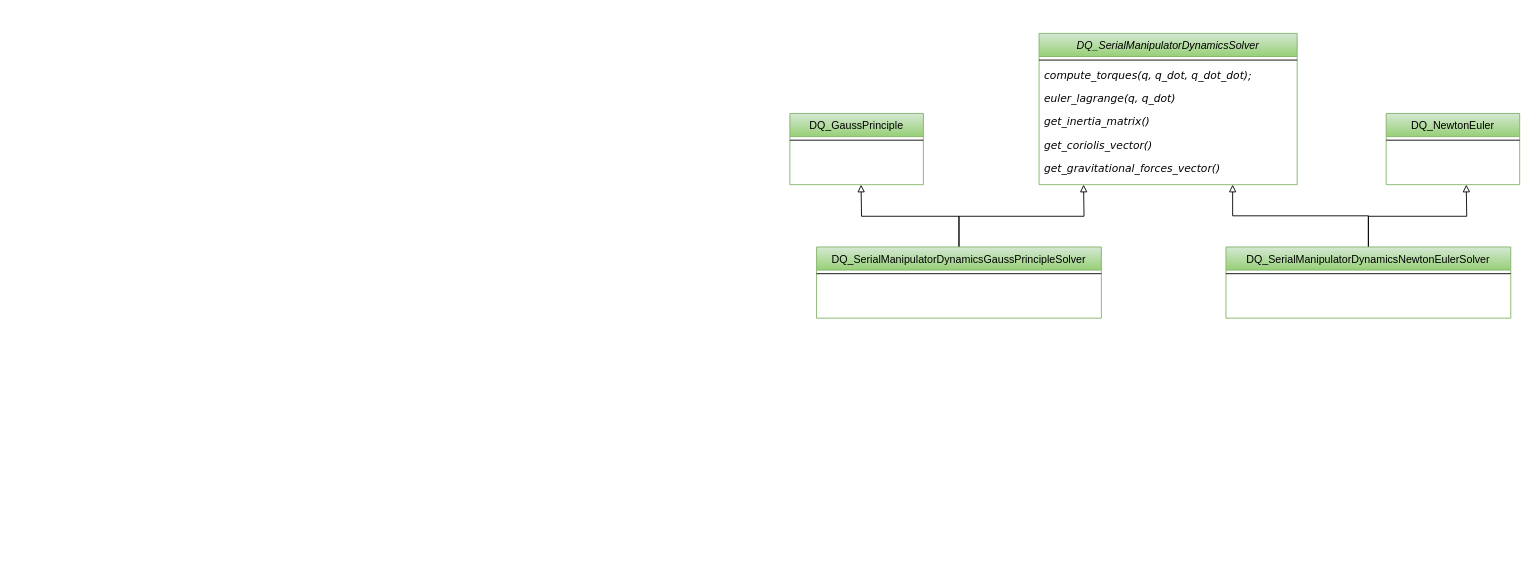
juanjqo/draw_io_diagrams_test keeps this draw.io diagram as DQ_Dynamics.drawio. Above is the earlier version. Source tidied: cells renumbered, new cells numbered last; positions are measured from the earlier drawing's top-left corner, leaving out a move shared by most shapes. Both pictures are drawn from the tidied source at 89%, with x=0, y=0 at pixel (789, 33).
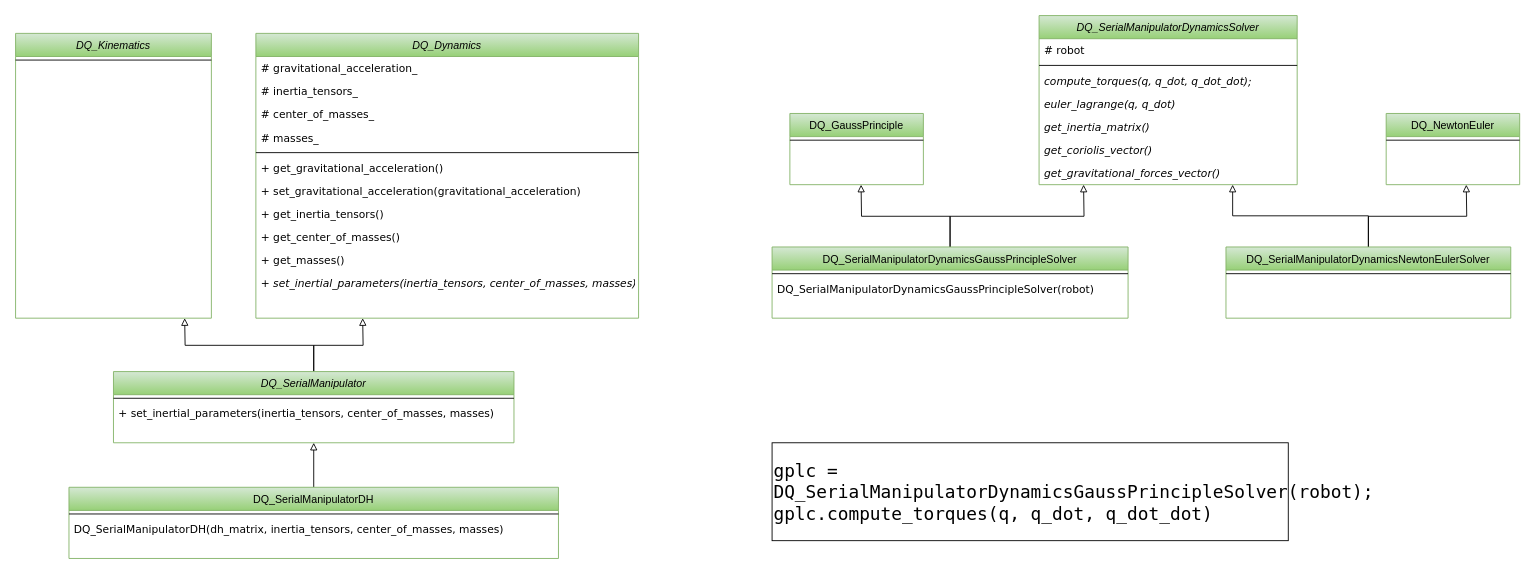
Above is the later version.

What changed in the source:
```diff
@@
     <mxCell id="2" value="DQ_SerialManipulatorDynamicsSolver" style="swimlane;fontStyle=2;align=center;verticalAlign=top;horizontal=1;startSize=26;rounded=0;shadow=0;strokeWidth=1;fillColor=#d5e8d4;gradientColor=#97d077;strokeColor=#82b366;" parent="1" vertex="1">
-      <mxGeometry x="280" width="290" height="170" as="geometry" />
+      <mxGeometry x="280" y="-20" width="290" height="190" as="geometry" />
     </mxCell>
+    <mxCell id="21" value="# robot" style="text;align=left;verticalAlign=top;spacingLeft=4;spacingRight=4;overflow=hidden;fontFamily=Verdana;fontStyle=0;spacingTop=0;" parent="2" vertex="1">
+      <mxGeometry y="26" width="290" height="26" as="geometry" />
+    </mxCell>
     <mxCell id="3" style="line;html=1;strokeWidth=1;align=left;verticalAlign=middle;spacingTop=-1;spacingLeft=3;spacingRight=3;labelPosition=right;" parent="2" vertex="1">
-      <mxGeometry y="26" width="290" height="8" as="geometry" />
+      <mxGeometry y="52" width="290" height="8" as="geometry" />
     </mxCell>
     <mxCell id="4" value="compute_torques(q, q_dot, q_dot_dot); &#10;" style="text;align=left;verticalAlign=top;spacingLeft=4;spacingRight=4;overflow=hidden;fontFamily=Verdana;fontStyle=2;spacingTop=0;" parent="2" vertex="1">
-      <mxGeometry y="34" width="290" height="26" as="geometry" />
+      <mxGeometry y="60" width="290" height="26" as="geometry" />
     </mxCell>
     <mxCell id="5" value="euler_lagrange(q, q_dot)" style="text;align=left;verticalAlign=top;spacingLeft=4;spacingRight=4;overflow=hidden;fontFamily=Verdana;fontStyle=2;spacingTop=0;" parent="2" vertex="1">
-      <mxGeometry y="60" width="290" height="26" as="geometry" />
+      <mxGeometry y="86" width="290" height="26" as="geometry" />
     </mxCell>
     <mxCell id="6" value="get_inertia_matrix()" style="text;align=left;verticalAlign=top;spacingLeft=4;spacingRight=4;overflow=hidden;fontFamily=Verdana;fontStyle=2;spacingTop=0;" parent="2" vertex="1">
-      <mxGeometry y="86" width="290" height="26" as="geometry" />
+      <mxGeometry y="112" width="290" height="26" as="geometry" />
     </mxCell>
     <mxCell id="7" value="get_coriolis_vector()" style="text;align=left;verticalAlign=top;spacingLeft=4;spacingRight=4;overflow=hidden;fontFamily=Verdana;fontStyle=2;spacingTop=0;" parent="2" vertex="1">
-      <mxGeometry y="112" width="290" height="26" as="geometry" />
+      <mxGeometry y="138" width="290" height="26" as="geometry" />
     </mxCell>
     <mxCell id="8" value="get_gravitational_forces_vector()" style="text;align=left;verticalAlign=top;spacingLeft=4;spacingRight=4;overflow=hidden;fontFamily=Verdana;fontStyle=2;spacingTop=0;" parent="2" vertex="1">
-      <mxGeometry y="138" width="290" height="26" as="geometry" />
+      <mxGeometry y="164" width="290" height="26" as="geometry" />
     </mxCell>
@@
     <mxCell id="11" value="DQ_SerialManipulatorDynamicsGaussPrincipleSolver" style="swimlane;fontStyle=0;align=center;verticalAlign=top;horizontal=1;startSize=26;rounded=0;shadow=0;strokeWidth=1;fillColor=#d5e8d4;gradientColor=#97d077;strokeColor=#82b366;" parent="1" vertex="1">
-      <mxGeometry x="30" y="240" width="320" height="80" as="geometry" />
+      <mxGeometry x="-20" y="240" width="400" height="80" as="geometry" />
     </mxCell>
     <mxCell id="12" style="line;html=1;strokeWidth=1;align=left;verticalAlign=middle;spacingTop=-1;spacingLeft=3;spacingRight=3;labelPosition=right;" parent="11" vertex="1">
-      <mxGeometry y="26" width="320" height="8" as="geometry" />
+      <mxGeometry y="26" width="400" height="8" as="geometry" />
     </mxCell>
+    <mxCell id="22" value="DQ_SerialManipulatorDynamicsGaussPrincipleSolver(robot)" style="text;align=left;verticalAlign=top;spacingLeft=4;spacingRight=4;overflow=hidden;fontFamily=Verdana;fontStyle=0;spacingTop=0;" parent="11" vertex="1">
+      <mxGeometry y="34" width="400" height="26" as="geometry" />
+    </mxCell>
@@
+    <mxCell id="23" value="DQ_Dynamics" style="swimlane;fontStyle=2;align=center;verticalAlign=top;horizontal=1;startSize=26;rounded=0;shadow=0;strokeWidth=1;fillColor=#d5e8d4;gradientColor=#97d077;strokeColor=#82b366;" parent="1" vertex="1">
+      <mxGeometry x="-600" width="430" height="320" as="geometry" />
+    </mxCell>
+    <mxCell id="24" value="# gravitational_acceleration_ " style="text;align=left;verticalAlign=top;spacingLeft=4;spacingRight=4;overflow=hidden;fontFamily=Verdana;fontStyle=0;spacingTop=0;" parent="23" vertex="1">
+      <mxGeometry y="26" width="430" height="26" as="geometry" />
+    </mxCell>
+    <mxCell id="25" value="# inertia_tensors_" style="text;align=left;verticalAlign=top;spacingLeft=4;spacingRight=4;overflow=hidden;fontFamily=Verdana;fontStyle=0;spacingTop=0;" parent="23" vertex="1">
+      <mxGeometry y="52" width="430" height="26" as="geometry" />
+    </mxCell>
+    <mxCell id="26" value="# center_of_masses_" style="text;align=left;verticalAlign=top;spacingLeft=4;spacingRight=4;overflow=hidden;fontFamily=Verdana;fontStyle=0;spacingTop=0;" parent="23" vertex="1">
+      <mxGeometry y="78" width="430" height="26" as="geometry" />
+    </mxCell>
+    <mxCell id="27" value="# masses_" style="text;align=left;verticalAlign=top;spacingLeft=4;spacingRight=4;overflow=hidden;fontFamily=Verdana;fontStyle=0;spacingTop=0;" parent="23" vertex="1">
+      <mxGeometry y="104" width="430" height="26" as="geometry" />
+    </mxCell>
+    <mxCell id="28" style="line;html=1;strokeWidth=1;align=left;verticalAlign=middle;spacingTop=-1;spacingLeft=3;spacingRight=3;labelPosition=right;" parent="23" vertex="1">
+      <mxGeometry y="130" width="430" height="8" as="geometry" />
+    </mxCell>
+    <mxCell id="29" value="+ get_gravitational_acceleration()" style="text;align=left;verticalAlign=top;spacingLeft=4;spacingRight=4;overflow=hidden;fontFamily=Verdana;fontStyle=0;spacingTop=0;" parent="23" vertex="1">
+      <mxGeometry y="138" width="430" height="26" as="geometry" />
+    </mxCell>
+    <mxCell id="30" value="+ set_gravitational_acceleration(gravitational_acceleration)" style="text;align=left;verticalAlign=top;spacingLeft=4;spacingRight=4;overflow=hidden;fontFamily=Verdana;fontStyle=0;spacingTop=0;" parent="23" vertex="1">
+      <mxGeometry y="164" width="430" height="26" as="geometry" />
+    </mxCell>
+    <mxCell id="31" value="+ get_inertia_tensors()" style="text;align=left;verticalAlign=top;spacingLeft=4;spacingRight=4;overflow=hidden;fontFamily=Verdana;fontStyle=0;spacingTop=0;" parent="23" vertex="1">
+      <mxGeometry y="190" width="430" height="26" as="geometry" />
+    </mxCell>
+    <mxCell id="32" value="+ get_center_of_masses()" style="text;align=left;verticalAlign=top;spacingLeft=4;spacingRight=4;overflow=hidden;fontFamily=Verdana;fontStyle=0;spacingTop=0;" parent="23" vertex="1">
+      <mxGeometry y="216" width="430" height="26" as="geometry" />
+    </mxCell>
+    <mxCell id="33" value="+ get_masses()" style="text;align=left;verticalAlign=top;spacingLeft=4;spacingRight=4;overflow=hidden;fontFamily=Verdana;fontStyle=0;spacingTop=0;" parent="23" vertex="1">
+      <mxGeometry y="242" width="430" height="26" as="geometry" />
+    </mxCell>
+    <mxCell id="34" value="+ set_inertial_parameters(inertia_tensors, center_of_masses, masses)" style="text;align=left;verticalAlign=top;spacingLeft=4;spacingRight=4;overflow=hidden;fontFamily=Verdana;fontStyle=2;spacingTop=0;" parent="23" vertex="1">
+      <mxGeometry y="268" width="430" height="26" as="geometry" />
+    </mxCell>
+    <mxCell id="35" value="DQ_Kinematics" style="swimlane;fontStyle=2;align=center;verticalAlign=top;horizontal=1;startSize=26;rounded=0;shadow=0;strokeWidth=1;fillColor=#d5e8d4;gradientColor=#97d077;strokeColor=#82b366;" parent="1" vertex="1">
+      <mxGeometry x="-870" width="220" height="320" as="geometry" />
+    </mxCell>
+    <mxCell id="36" style="line;html=1;strokeWidth=1;align=left;verticalAlign=middle;spacingTop=-1;spacingLeft=3;spacingRight=3;labelPosition=right;" parent="35" vertex="1">
+      <mxGeometry y="26" width="220" height="8" as="geometry" />
+    </mxCell>
+    <mxCell id="37" style="edgeStyle=orthogonalEdgeStyle;rounded=0;jettySize=auto;html=1;endArrow=block;endFill=0;" parent="1" edge="1" source="39">
+      <mxGeometry relative="1" as="geometry">
+        <mxPoint x="-480" y="320" as="targetPoint" />
+      </mxGeometry>
+    </mxCell>
+    <mxCell id="38" style="edgeStyle=orthogonalEdgeStyle;rounded=0;jettySize=auto;html=1;endArrow=block;endFill=0;" parent="1" edge="1" source="39">
+      <mxGeometry relative="1" as="geometry">
+        <mxPoint x="-680" y="320" as="targetPoint" />
+      </mxGeometry>
+    </mxCell>
+    <mxCell id="39" value="DQ_SerialManipulator" style="swimlane;fontStyle=2;align=center;verticalAlign=top;horizontal=1;startSize=26;rounded=0;shadow=0;strokeWidth=1;fillColor=#d5e8d4;gradientColor=#97d077;strokeColor=#82b366;" parent="1" vertex="1">
+      <mxGeometry x="-760" y="380" width="450" height="80" as="geometry" />
+    </mxCell>
+    <mxCell id="40" style="line;html=1;strokeWidth=1;align=left;verticalAlign=middle;spacingTop=-1;spacingLeft=3;spacingRight=3;labelPosition=right;" parent="39" vertex="1">
+      <mxGeometry y="26" width="450" height="8" as="geometry" />
+    </mxCell>
+    <mxCell id="41" value="+ set_inertial_parameters(inertia_tensors, center_of_masses, masses)" style="text;align=left;verticalAlign=top;spacingLeft=4;spacingRight=4;overflow=hidden;fontFamily=Verdana;fontStyle=0;spacingTop=0;" parent="39" vertex="1">
+      <mxGeometry y="34" width="450" height="26" as="geometry" />
+    </mxCell>
+    <mxCell id="42" style="edgeStyle=orthogonalEdgeStyle;rounded=0;jettySize=auto;html=1;exitX=0.5;exitY=0;exitDx=0;exitDy=0;entryX=0.5;entryY=1;entryDx=0;entryDy=0;endArrow=block;endFill=0;" parent="1" edge="1" source="43" target="39">
+      <mxGeometry relative="1" as="geometry" />
+    </mxCell>
+    <mxCell id="43" value="DQ_SerialManipulatorDH" style="swimlane;fontStyle=0;align=center;verticalAlign=top;horizontal=1;startSize=26;rounded=0;shadow=0;strokeWidth=1;fillColor=#d5e8d4;gradientColor=#97d077;strokeColor=#82b366;" parent="1" vertex="1">
+      <mxGeometry x="-810" y="510" width="550" height="80" as="geometry" />
+    </mxCell>
+    <mxCell id="44" style="line;html=1;strokeWidth=1;align=left;verticalAlign=middle;spacingTop=-1;spacingLeft=3;spacingRight=3;labelPosition=right;" parent="43" vertex="1">
+      <mxGeometry y="26" width="550" height="8" as="geometry" />
+    </mxCell>
+    <mxCell id="45" value="DQ_SerialManipulatorDH(dh_matrix, inertia_tensors, center_of_masses, masses)" style="text;align=left;verticalAlign=top;spacingLeft=4;spacingRight=4;overflow=hidden;fontFamily=Verdana;fontStyle=0;spacingTop=0;" parent="43" vertex="1">
+      <mxGeometry y="34" width="550" height="26" as="geometry" />
+    </mxCell>
+    <mxCell id="46" value="&lt;font face=&quot;Lucida Console&quot; style=&quot;font-size: 20px;&quot;&gt;gplc = DQ_SerialManipulatorDynamicsGaussPrincipleSolver(robot);&lt;/font&gt;&lt;div&gt;&lt;font face=&quot;Lucida Console&quot; style=&quot;font-size: 20px;&quot;&gt;gplc.compute_torques(q, q_dot, q_dot_dot)&lt;/font&gt;&lt;/div&gt;" style="rounded=0;whiteSpace=wrap;html=1;align=left;" parent="1" vertex="1">
+      <mxGeometry x="-20" y="460" width="580" height="110" as="geometry" />
+    </mxCell>
```
